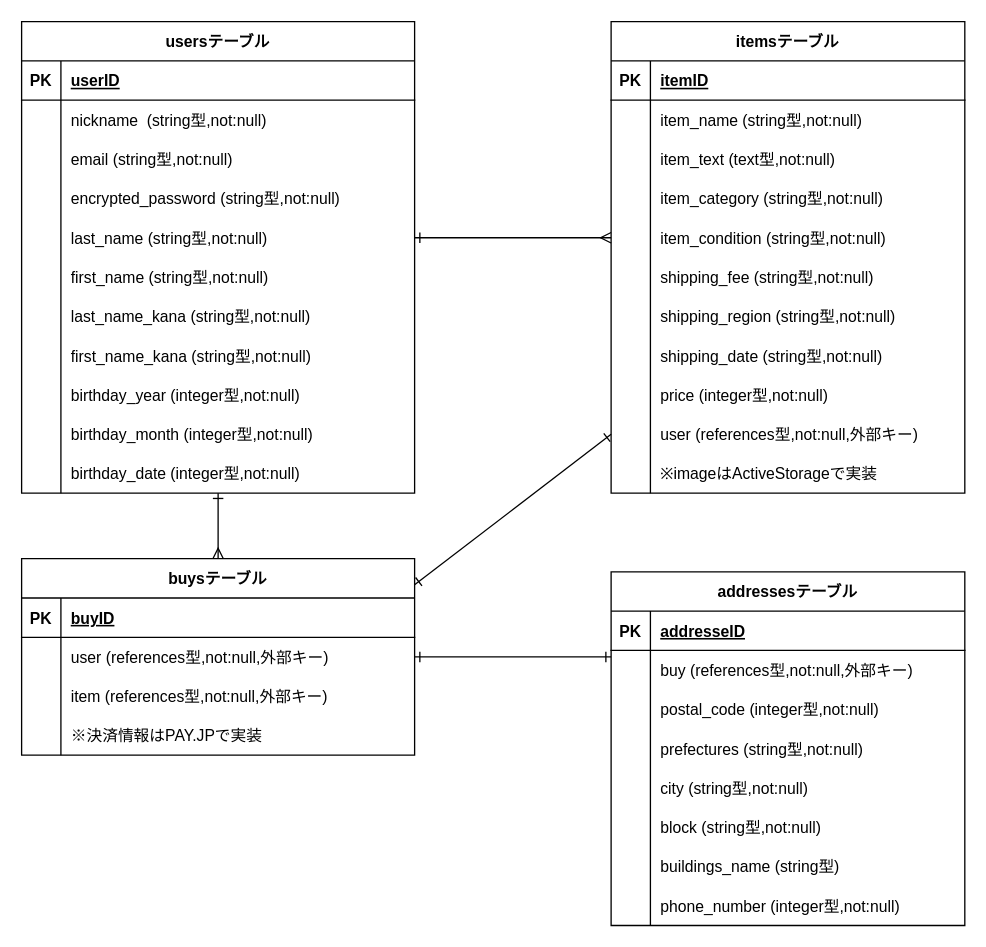
This is furimaER.dio from Kosuke-13th/furima-40114, a draw.io file, before an edit. Source tidied: cells renumbered, new cells numbered last; positions are measured from the earlier drawing's top-left corner, leaving out a move shared by most shapes. Both pictures are drawn from the tidied source at 131%, with x=0, y=0 at pixel (21, 21).
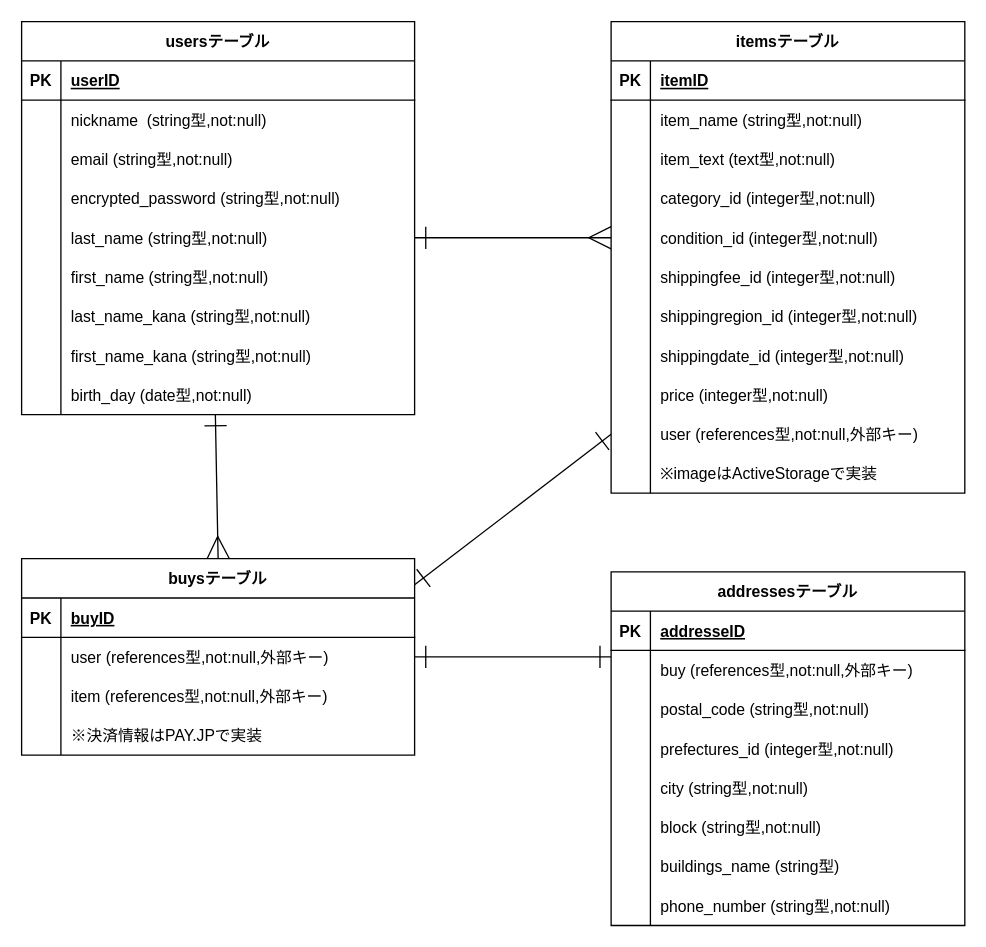
The same page after the edit.

Commit message (it also covers changes not shown here):
データベース設計R1

Unchanged cells that the change refers to:
```xml
<mxCell id="15" style="shape=tableRow;horizontal=0;startSize=0;swimlaneHead=0;swimlaneBody=0;fillColor=none;points=[[0,0.5],[1,0.5]];portConstraint=eastwest;top=0;left=0;right=0;bottom=0;" parent="2" vertex="1">
  <mxGeometry y="150" width="300" height="30" as="geometry" />
</mxCell>
<mxCell id="27" style="shape=tableRow;horizontal=0;startSize=0;swimlaneHead=0;swimlaneBody=0;fillColor=none;points=[[0,0.5],[1,0.5]];portConstraint=eastwest;top=0;left=0;right=0;bottom=0;" parent="2" vertex="1">
  <mxGeometry y="270" width="300" height="30" as="geometry" />
</mxCell>
<mxCell id="46" style="shape=tableRow;horizontal=0;startSize=0;swimlaneHead=0;swimlaneBody=0;fillColor=none;top=0;left=0;right=0;bottom=0;" parent="36" vertex="1">
  <mxGeometry y="120" width="270" height="30" as="geometry" />
</mxCell>
<mxCell id="49" style="shape=tableRow;horizontal=0;startSize=0;swimlaneHead=0;swimlaneBody=0;fillColor=none;points=[[0,0.5],[1,0.5]];portConstraint=eastwest;top=0;left=0;right=0;bottom=0;" parent="36" vertex="1">
  <mxGeometry y="150" width="270" height="30" as="geometry" />
</mxCell>
<mxCell id="52" style="shape=tableRow;horizontal=0;startSize=0;swimlaneHead=0;swimlaneBody=0;fillColor=none;top=0;left=0;right=0;bottom=0;" parent="36" vertex="1">
  <mxGeometry y="180" width="270" height="30" as="geometry" />
</mxCell>
<mxCell id="55" style="shape=tableRow;horizontal=0;startSize=0;swimlaneHead=0;swimlaneBody=0;fillColor=none;top=0;left=0;right=0;bottom=0;" parent="36" vertex="1">
  <mxGeometry y="210" width="270" height="30" as="geometry" />
</mxCell>
<mxCell id="58" style="shape=tableRow;horizontal=0;startSize=0;swimlaneHead=0;swimlaneBody=0;fillColor=none;top=0;left=0;right=0;bottom=0;" parent="36" vertex="1">
  <mxGeometry y="240" width="270" height="30" as="geometry" />
</mxCell>
<mxCell id="64" style="shape=tableRow;horizontal=0;startSize=0;swimlaneHead=0;swimlaneBody=0;fillColor=none;points=[[0,0.5],[1,0.5]];portConstraint=eastwest;top=0;left=0;right=0;bottom=0;" parent="36" vertex="1">
  <mxGeometry y="300" width="270" height="30" as="geometry" />
</mxCell>
<mxCell id="72" value="buysテーブル" style="shape=table;startSize=30;childLayout=tableLayout;rowLines=0;fontStyle=1;align=center;" parent="1" vertex="1">
  <mxGeometry y="410" width="300" height="150" as="geometry" />
</mxCell>
<mxCell id="76" style="shape=tableRow;horizontal=0;startSize=0;swimlaneHead=0;swimlaneBody=0;fillColor=none;points=[[0,0.5],[1,0.5]];portConstraint=eastwest;top=0;left=0;right=0;bottom=0;" parent="72" vertex="1">
  <mxGeometry y="60" width="300" height="30" as="geometry" />
</mxCell>
<mxCell id="92" style="shape=tableRow;horizontal=0;startSize=0;swimlaneHead=0;swimlaneBody=0;fillColor=none;top=0;left=0;right=0;bottom=0;" parent="85" vertex="1">
  <mxGeometry y="90" width="270" height="30" as="geometry" />
</mxCell>
<mxCell id="95" style="shape=tableRow;horizontal=0;startSize=0;swimlaneHead=0;swimlaneBody=0;fillColor=none;top=0;left=0;right=0;bottom=0;" parent="85" vertex="1">
  <mxGeometry y="120" width="270" height="30" as="geometry" />
</mxCell>
<mxCell id="107" style="shape=tableRow;horizontal=0;startSize=0;swimlaneHead=0;swimlaneBody=0;fillColor=none;top=0;left=0;right=0;bottom=0;" parent="85" vertex="1">
  <mxGeometry y="240" width="270" height="30" as="geometry" />
</mxCell>
```

Diff of the diagram source:
```diff
@@
     <mxCell id="2" value="usersテーブル" style="shape=table;startSize=30;childLayout=tableLayout;rowLines=0;fontStyle=1;align=center;" parent="1" vertex="1">
-      <mxGeometry width="300" height="360" as="geometry" />
+      <mxGeometry width="300" height="300" as="geometry" />
     </mxCell>
@@
-    <mxCell id="29" value="birthday_year (integer型,not:null)" style="shape=partialRectangle;fillColor=none;top=0;left=0;bottom=0;right=0;align=left;spacingLeft=6;overflow=hidden;" parent="27" vertex="1">
+    <mxCell id="29" value="birth_day (date型,not:null)" style="shape=partialRectangle;fillColor=none;top=0;left=0;bottom=0;right=0;align=left;spacingLeft=6;overflow=hidden;" parent="27" vertex="1">
       <mxGeometry x="30" width="270" height="30" as="geometry" />
     </mxCell>
-    <mxCell id="30" style="shape=tableRow;horizontal=0;startSize=0;swimlaneHead=0;swimlaneBody=0;fillColor=none;top=0;left=0;right=0;bottom=0;" parent="2" vertex="1">
-      <mxGeometry y="300" width="300" height="30" as="geometry" />
-    </mxCell>
-    <mxCell id="31" style="shape=partialRectangle;fillColor=none;top=0;left=0;bottom=0;right=0;overflow=hidden;" parent="30" vertex="1">
-      <mxGeometry width="30" height="30" as="geometry" />
-    </mxCell>
-    <mxCell id="32" value="birthday_month (integer型,not:null)" style="shape=partialRectangle;fillColor=none;top=0;left=0;bottom=0;right=0;align=left;spacingLeft=6;overflow=hidden;" parent="30" vertex="1">
-      <mxGeometry x="30" width="270" height="30" as="geometry" />
-    </mxCell>
-    <mxCell id="33" style="shape=tableRow;horizontal=0;startSize=0;swimlaneHead=0;swimlaneBody=0;fillColor=none;top=0;left=0;right=0;bottom=0;" parent="2" vertex="1">
-      <mxGeometry y="330" width="300" height="30" as="geometry" />
-    </mxCell>
-    <mxCell id="34" style="shape=partialRectangle;fillColor=none;top=0;left=0;bottom=0;right=0;overflow=hidden;" parent="33" vertex="1">
-      <mxGeometry width="30" height="30" as="geometry" />
-    </mxCell>
-    <mxCell id="35" value="birthday_date (integer型,not:null)" style="shape=partialRectangle;fillColor=none;top=0;left=0;bottom=0;right=0;align=left;spacingLeft=6;overflow=hidden;" parent="33" vertex="1">
-      <mxGeometry x="30" width="270" height="30" as="geometry" />
-    </mxCell>
@@
-    <mxCell id="48" value="item_category (string型,not:null)" style="shape=partialRectangle;fillColor=none;top=0;left=0;bottom=0;right=0;align=left;spacingLeft=6;overflow=hidden;" parent="46" vertex="1">
+    <mxCell id="48" value="category_id (integer型,not:null)" style="shape=partialRectangle;fillColor=none;top=0;left=0;bottom=0;right=0;align=left;spacingLeft=6;overflow=hidden;" parent="46" vertex="1">
       <mxGeometry x="30" width="240" height="30" as="geometry" />
     </mxCell>
@@
-    <mxCell id="51" value="item_condition (string型,not:null)" style="shape=partialRectangle;fillColor=none;top=0;left=0;bottom=0;right=0;align=left;spacingLeft=6;overflow=hidden;" parent="49" vertex="1">
+    <mxCell id="51" value="condition_id (integer型,not:null)" style="shape=partialRectangle;fillColor=none;top=0;left=0;bottom=0;right=0;align=left;spacingLeft=6;overflow=hidden;" parent="49" vertex="1">
       <mxGeometry x="30" width="240" height="30" as="geometry" />
     </mxCell>
@@
-    <mxCell id="54" value="shipping_fee (string型,not:null)" style="shape=partialRectangle;fillColor=none;top=0;left=0;bottom=0;right=0;align=left;spacingLeft=6;overflow=hidden;" parent="52" vertex="1">
+    <mxCell id="54" value="shippingfee_id (integer型,not:null)" style="shape=partialRectangle;fillColor=none;top=0;left=0;bottom=0;right=0;align=left;spacingLeft=6;overflow=hidden;" parent="52" vertex="1">
       <mxGeometry x="30" width="240" height="30" as="geometry" />
     </mxCell>
@@
-    <mxCell id="57" value="shipping_region (string型,not:null)" style="shape=partialRectangle;fillColor=none;top=0;left=0;bottom=0;right=0;align=left;spacingLeft=6;overflow=hidden;" parent="55" vertex="1">
+    <mxCell id="57" value="shippingregion_id (integer型,not:null)" style="shape=partialRectangle;fillColor=none;top=0;left=0;bottom=0;right=0;align=left;spacingLeft=6;overflow=hidden;" parent="55" vertex="1">
       <mxGeometry x="30" width="240" height="30" as="geometry" />
     </mxCell>
@@
-    <mxCell id="60" value="shipping_date (string型,not:null)" style="shape=partialRectangle;fillColor=none;top=0;left=0;bottom=0;right=0;align=left;spacingLeft=6;overflow=hidden;" parent="58" vertex="1">
+    <mxCell id="60" value="shippingdate_id (integer型,not:null)" style="shape=partialRectangle;fillColor=none;top=0;left=0;bottom=0;right=0;align=left;spacingLeft=6;overflow=hidden;" parent="58" vertex="1">
       <mxGeometry x="30" width="240" height="30" as="geometry" />
     </mxCell>
@@
-    <mxCell id="70" style="edgeStyle=none;html=1;exitX=1;exitY=0.5;exitDx=0;exitDy=0;entryX=0;entryY=0.5;entryDx=0;entryDy=0;endArrow=ERmany;endFill=0;startArrow=ERone;startFill=0;" parent="1" edge="1" source="15" target="49">
+    <mxCell id="70" style="edgeStyle=none;html=1;exitX=1;exitY=0.5;exitDx=0;exitDy=0;entryX=0;entryY=0.5;entryDx=0;entryDy=0;endArrow=ERmany;endFill=0;startArrow=ERone;startFill=0;strokeWidth=1;endSize=15;startSize=15;" parent="1" edge="1" source="15" target="49">
       <mxGeometry relative="1" as="geometry" />
     </mxCell>
-    <mxCell id="71" style="edgeStyle=none;html=1;startArrow=ERone;startFill=0;endArrow=ERmany;endFill=0;entryX=0.5;entryY=0;entryDx=0;entryDy=0;" parent="1" edge="1" target="72">
-      <mxGeometry relative="1" as="geometry">
-        <mxPoint x="150" y="360" as="sourcePoint" />
-      </mxGeometry>
+    <mxCell id="71" style="edgeStyle=none;html=1;startArrow=ERone;startFill=0;endArrow=ERmany;endFill=0;entryX=0.5;entryY=0;entryDx=0;entryDy=0;exitX=0.493;exitY=1;exitDx=0;exitDy=0;exitPerimeter=0;endSize=15;startSize=15;" parent="1" edge="1" source="27" target="72">
+      <mxGeometry relative="1" as="geometry" />
     </mxCell>
@@
-    <mxCell id="94" value="postal_code (integer型,not:null)" style="shape=partialRectangle;fillColor=none;top=0;left=0;bottom=0;right=0;align=left;spacingLeft=6;overflow=hidden;" parent="92" vertex="1">
+    <mxCell id="94" value="postal_code (string型,not:null)" style="shape=partialRectangle;fillColor=none;top=0;left=0;bottom=0;right=0;align=left;spacingLeft=6;overflow=hidden;" parent="92" vertex="1">
       <mxGeometry x="30" width="240" height="30" as="geometry" />
     </mxCell>
@@
-    <mxCell id="97" value="prefectures (string型,not:null)" style="shape=partialRectangle;fillColor=none;top=0;left=0;bottom=0;right=0;align=left;spacingLeft=6;overflow=hidden;" parent="95" vertex="1">
+    <mxCell id="97" value="prefectures_id (integer型,not:null)" style="shape=partialRectangle;fillColor=none;top=0;left=0;bottom=0;right=0;align=left;spacingLeft=6;overflow=hidden;" parent="95" vertex="1">
       <mxGeometry x="30" width="240" height="30" as="geometry" />
     </mxCell>
@@
-    <mxCell id="109" value="phone_number (integer型,not:null)" style="shape=partialRectangle;fillColor=none;top=0;left=0;bottom=0;right=0;align=left;spacingLeft=6;overflow=hidden;" parent="107" vertex="1">
+    <mxCell id="109" value="phone_number (string型,not:null)" style="shape=partialRectangle;fillColor=none;top=0;left=0;bottom=0;right=0;align=left;spacingLeft=6;overflow=hidden;" parent="107" vertex="1">
       <mxGeometry x="30" width="240" height="30" as="geometry" />
     </mxCell>
-    <mxCell id="110" style="edgeStyle=none;html=1;exitX=1;exitY=0.5;exitDx=0;exitDy=0;startArrow=ERone;startFill=0;endArrow=ERone;endFill=0;" parent="1" edge="1" source="76">
+    <mxCell id="110" style="edgeStyle=none;html=1;exitX=1;exitY=0.5;exitDx=0;exitDy=0;startArrow=ERone;startFill=0;endArrow=ERone;endFill=0;jumpSize=6;startSize=15;endSize=15;" parent="1" edge="1" source="76">
       <mxGeometry relative="1" as="geometry">
         <mxPoint x="450" y="485" as="targetPoint" />
       </mxGeometry>
     </mxCell>
-    <mxCell id="111" style="edgeStyle=none;html=1;exitX=0;exitY=0.5;exitDx=0;exitDy=0;entryX=1;entryY=0.133;entryDx=0;entryDy=0;entryPerimeter=0;startArrow=ERone;startFill=0;endArrow=ERone;endFill=0;" parent="1" edge="1" source="64" target="72">
+    <mxCell id="111" style="edgeStyle=none;html=1;exitX=0;exitY=0.5;exitDx=0;exitDy=0;entryX=1;entryY=0.133;entryDx=0;entryDy=0;entryPerimeter=0;startArrow=ERone;startFill=0;endArrow=ERone;endFill=0;endSize=15;startSize=15;" parent="1" edge="1" source="64" target="72">
       <mxGeometry relative="1" as="geometry" />
     </mxCell>
```
